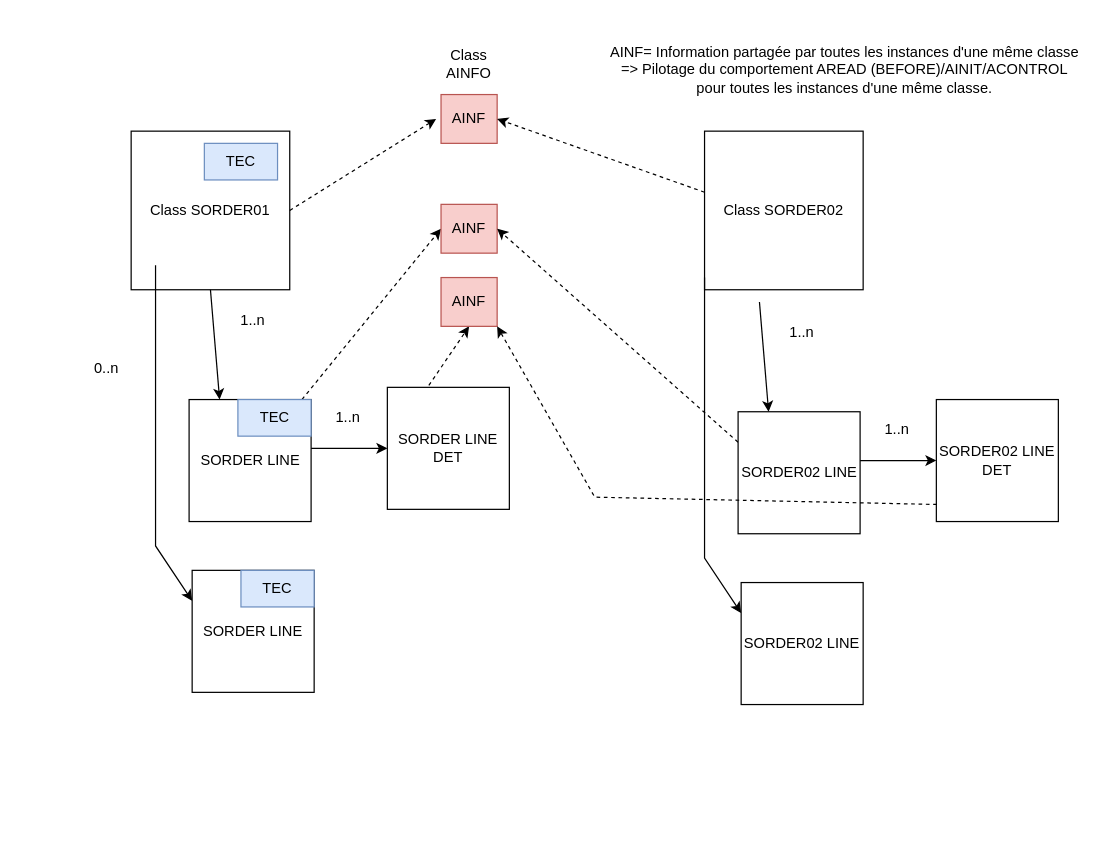
The draw.io diagram lazy_loading.drawio in Sage-X3-Center-of-Excellence/fra-ermewa-tf-02-perf_core-lazy_loading, before the edit. Source tidied: cells renumbered, new cells numbered last; positions are measured from the earlier drawing's top-left corner, leaving out a move shared by most shapes. Both pictures are drawn from the tidied source at 122%, with x=0, y=0 at pixel (70, 21).
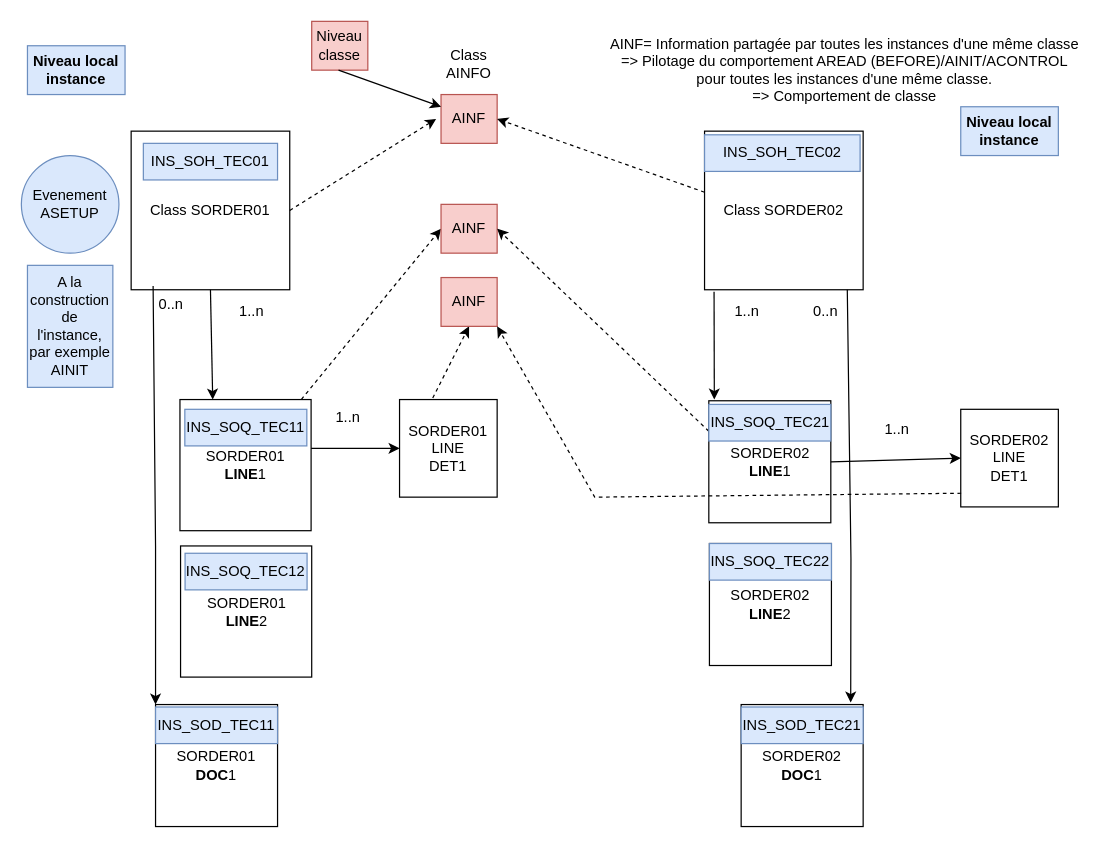
After the change.

The change refers to these unchanged cells:
```xml
<mxCell id="16" value="AINF" style="rounded=0;whiteSpace=wrap;html=1;fillColor=#f8cecc;strokeColor=#b85450;" parent="1" vertex="1">
  <mxGeometry x="304" y="60" width="46" height="40" as="geometry" />
</mxCell>
<mxCell id="18" value="Class SORDER02" style="whiteSpace=wrap;html=1;" parent="1" vertex="1">
  <mxGeometry x="520" y="90" width="130" height="130" as="geometry" />
</mxCell>
```

The edit, as a diff of the source:
```diff
@@
-    <mxCell id="3" value="SORDER LINE" style="whiteSpace=wrap;html=1;" parent="1" vertex="1">
-      <mxGeometry x="97.5" y="310" width="100" height="100" as="geometry" />
+    <mxCell id="3" value="SORDER01 &lt;br&gt;&lt;b&gt;LINE&lt;/b&gt;1" style="whiteSpace=wrap;html=1;" parent="1" vertex="1">
+      <mxGeometry x="90" y="310" width="107.5" height="107.5" as="geometry" />
     </mxCell>
-    <mxCell id="4" value="SORDER LINE" style="whiteSpace=wrap;html=1;" parent="1" vertex="1">
-      <mxGeometry x="100" y="450" width="100" height="100" as="geometry" />
+    <mxCell id="4" value="SORDER01 &lt;b&gt;DOC&lt;/b&gt;1" style="whiteSpace=wrap;html=1;" parent="1" vertex="1">
+      <mxGeometry x="70" y="560" width="100" height="100" as="geometry" />
     </mxCell>
@@
-    <mxCell id="7" value="AINF= Information partagée par toutes les instances d'une même classe&lt;br&gt;=&amp;gt; Pilotage du comportement AREAD (BEFORE)/AINIT/ACONTROL pour toutes les instances d'une même classe." style="text;html=1;align=center;verticalAlign=middle;whiteSpace=wrap;rounded=0;" parent="1" vertex="1">
+    <mxCell id="7" value="AINF= Information partagée par toutes les instances d'une même classe&lt;br&gt;=&amp;gt; Pilotage du comportement AREAD (BEFORE)/AINIT/ACONTROL pour toutes les instances d'une même classe.&lt;br&gt;=&amp;gt; Comportement de classe" style="text;html=1;align=center;verticalAlign=middle;whiteSpace=wrap;rounded=0;" parent="1" vertex="1">
       <mxGeometry x="440" width="390" height="80" as="geometry" />
     </mxCell>
     <mxCell id="8" value="1..n" style="text;html=1;align=center;verticalAlign=middle;whiteSpace=wrap;rounded=0;" parent="1" vertex="1">
-      <mxGeometry x="120" y="230" width="60" height="30" as="geometry" />
+      <mxGeometry x="119" y="223" width="60" height="30" as="geometry" />
     </mxCell>
-    <mxCell id="9" style="endArrow=classic;html=1;rounded=0;exitX=0.25;exitY=1;exitDx=0;exitDy=0;entryX=0;entryY=0.25;entryDx=0;entryDy=0;" parent="1" edge="1" target="4">
+    <mxCell id="9" style="endArrow=classic;html=1;rounded=0;exitX=0.25;exitY=0;exitDx=0;exitDy=0;entryX=0;entryY=0;entryDx=0;entryDy=0;" parent="1" edge="1" source="10" target="4">
       <mxGeometry relative="1" as="geometry">
-        <mxPoint x="70" y="200" as="sourcePoint" />
         <Array as="points">
           <mxPoint x="70" y="430" />
         </Array>
       </mxGeometry>
     </mxCell>
     <mxCell id="10" value="0..n" style="text;html=1;align=center;verticalAlign=middle;whiteSpace=wrap;rounded=0;" parent="1" vertex="1">
-      <mxGeometry y="270" width="60" height="30" as="geometry" />
+      <mxGeometry x="53" y="217" width="60" height="30" as="geometry" />
     </mxCell>
-    <mxCell id="11" value="SORDER LINE&lt;br&gt;DET" style="whiteSpace=wrap;html=1;" parent="1" vertex="1">
-      <mxGeometry x="260" y="300" width="100" height="100" as="geometry" />
+    <mxCell id="11" value="SORDER01 &lt;br&gt;LINE&lt;br&gt;DET1" style="whiteSpace=wrap;html=1;" parent="1" vertex="1">
+      <mxGeometry x="270" y="310" width="80" height="80" as="geometry" />
     </mxCell>
@@
-    <mxCell id="22" value="SORDER02 LINE" style="whiteSpace=wrap;html=1;" parent="1" vertex="1">
-      <mxGeometry x="547.5" y="320" width="100" height="100" as="geometry" />
+    <mxCell id="22" value="SORDER02 &lt;b&gt;LINE&lt;/b&gt;1" style="whiteSpace=wrap;html=1;" parent="1" vertex="1">
+      <mxGeometry x="523.5" y="311" width="100" height="100" as="geometry" />
     </mxCell>
-    <mxCell id="23" value="SORDER02 LINE" style="whiteSpace=wrap;html=1;" parent="1" vertex="1">
-      <mxGeometry x="550" y="460" width="100" height="100" as="geometry" />
+    <mxCell id="23" value="SORDER02 &lt;br&gt;&lt;b&gt;LINE&lt;/b&gt;2" style="whiteSpace=wrap;html=1;" parent="1" vertex="1">
+      <mxGeometry x="524" y="428" width="100" height="100" as="geometry" />
     </mxCell>
-    <mxCell id="24" style="endArrow=classic;html=1;rounded=0;exitX=0.5;exitY=1;exitDx=0;exitDy=0;entryX=0.25;entryY=0;entryDx=0;entryDy=0;" parent="1" edge="1" target="22">
+    <mxCell id="24" style="endArrow=classic;html=1;rounded=0;exitX=0.06;exitY=1.012;exitDx=0;exitDy=0;exitPerimeter=0;" parent="1" edge="1" source="18">
       <mxGeometry relative="1" as="geometry">
-        <mxPoint x="565" y="230" as="sourcePoint" />
+        <mxPoint x="528" y="310" as="targetPoint" />
       </mxGeometry>
     </mxCell>
     <mxCell id="25" value="1..n" style="text;html=1;align=center;verticalAlign=middle;whiteSpace=wrap;rounded=0;" parent="1" vertex="1">
-      <mxGeometry x="570" y="240" width="60" height="30" as="geometry" />
+      <mxGeometry x="535" y="223" width="40" height="30" as="geometry" />
     </mxCell>
-    <mxCell id="26" style="endArrow=classic;html=1;rounded=0;exitX=0.25;exitY=1;exitDx=0;exitDy=0;entryX=0;entryY=0.25;entryDx=0;entryDy=0;" parent="1" edge="1" target="23">
-      <mxGeometry relative="1" as="geometry">
-        <mxPoint x="520" y="210" as="sourcePoint" />
-        <Array as="points">
-          <mxPoint x="520" y="440" />
-        </Array>
-      </mxGeometry>
-    </mxCell>
-    <mxCell id="27" value="SORDER02 LINE&lt;br&gt;DET" style="whiteSpace=wrap;html=1;" parent="1" vertex="1">
-      <mxGeometry x="710" y="310" width="100" height="100" as="geometry" />
+    <mxCell id="27" value="SORDER02 &lt;br&gt;LINE&lt;br&gt;DET1" style="whiteSpace=wrap;html=1;" parent="1" vertex="1">
+      <mxGeometry x="730" y="318" width="80" height="80" as="geometry" />
     </mxCell>
-    <mxCell id="28" style="endArrow=classic;html=1;rounded=0;exitX=0.5;exitY=1;exitDx=0;exitDy=0;entryX=0;entryY=0.5;entryDx=0;entryDy=0;" parent="1" edge="1" target="27">
-      <mxGeometry relative="1" as="geometry">
-        <mxPoint x="647.5" y="360" as="sourcePoint" />
-      </mxGeometry>
+    <mxCell id="28" style="endArrow=classic;html=1;rounded=0;exitX=1;exitY=0.5;exitDx=0;exitDy=0;entryX=0;entryY=0.5;entryDx=0;entryDy=0;" parent="1" edge="1" source="22" target="27">
+      <mxGeometry relative="1" as="geometry" />
     </mxCell>
@@
-    <mxCell id="32" value="TEC" style="rounded=0;whiteSpace=wrap;html=1;fillColor=#dae8fc;strokeColor=#6c8ebf;" parent="1" vertex="1">
-      <mxGeometry x="110" y="100" width="60" height="30" as="geometry" />
+    <mxCell id="32" value="INS_SOH_TEC01" style="rounded=0;whiteSpace=wrap;html=1;fillColor=#dae8fc;strokeColor=#6c8ebf;" parent="1" vertex="1">
+      <mxGeometry x="60" y="100" width="110" height="30" as="geometry" />
     </mxCell>
-    <mxCell id="33" value="TEC" style="rounded=0;whiteSpace=wrap;html=1;fillColor=#dae8fc;strokeColor=#6c8ebf;" parent="1" vertex="1">
-      <mxGeometry x="137.5" y="310" width="60" height="30" as="geometry" />
+    <mxCell id="33" value="INS_SOQ_TEC11" style="rounded=0;whiteSpace=wrap;html=1;fillColor=#dae8fc;strokeColor=#6c8ebf;" parent="1" vertex="1">
+      <mxGeometry x="94" y="318" width="100" height="30" as="geometry" />
     </mxCell>
-    <mxCell id="34" value="TEC" style="rounded=0;whiteSpace=wrap;html=1;fillColor=#dae8fc;strokeColor=#6c8ebf;" parent="1" vertex="1">
-      <mxGeometry x="140" y="450" width="60" height="30" as="geometry" />
+    <mxCell id="34" value="INS_SOD_TEC11" style="rounded=0;whiteSpace=wrap;html=1;fillColor=#dae8fc;strokeColor=#6c8ebf;" parent="1" vertex="1">
+      <mxGeometry x="70" y="562" width="100" height="30" as="geometry" />
     </mxCell>
+    <mxCell id="35" value="Niveau local instance" style="rounded=0;whiteSpace=wrap;html=1;fontStyle=1;fillColor=#dae8fc;strokeColor=#6c8ebf;" parent="1" vertex="1">
+      <mxGeometry x="-35" y="20" width="80" height="40" as="geometry" />
+    </mxCell>
+    <mxCell id="36" value="INS_SOH_TEC02" style="rounded=0;whiteSpace=wrap;html=1;fillColor=#dae8fc;strokeColor=#6c8ebf;" parent="1" vertex="1">
+      <mxGeometry x="520" y="93" width="127.5" height="30" as="geometry" />
+    </mxCell>
+    <mxCell id="37" value="Niveau local instance" style="rounded=0;whiteSpace=wrap;html=1;fontStyle=1;fillColor=#dae8fc;strokeColor=#6c8ebf;" parent="1" vertex="1">
+      <mxGeometry x="730" y="70" width="80" height="40" as="geometry" />
+    </mxCell>
+    <mxCell id="38" value="INS_SOQ_TEC21" style="rounded=0;whiteSpace=wrap;html=1;fillColor=#dae8fc;strokeColor=#6c8ebf;" parent="1" vertex="1">
+      <mxGeometry x="523.5" y="314" width="100" height="30" as="geometry" />
+    </mxCell>
+    <mxCell id="39" value="INS_SOQ_TEC22" style="rounded=0;whiteSpace=wrap;html=1;fillColor=#dae8fc;strokeColor=#6c8ebf;" parent="1" vertex="1">
+      <mxGeometry x="524" y="428" width="100" height="30" as="geometry" />
+    </mxCell>
+    <mxCell id="40" value="Niveau classe" style="rounded=0;whiteSpace=wrap;html=1;fillColor=#f8cecc;strokeColor=#b85450;" parent="1" vertex="1">
+      <mxGeometry x="198" width="46" height="40" as="geometry" />
+    </mxCell>
+    <mxCell id="41" style="endArrow=classic;html=1;rounded=0;exitX=1;exitY=0.5;exitDx=0;exitDy=0;entryX=0;entryY=0.25;entryDx=0;entryDy=0;" parent="1" edge="1" target="16">
+      <mxGeometry relative="1" as="geometry">
+        <mxPoint x="220" y="40" as="sourcePoint" />
+      </mxGeometry>
+    </mxCell>
+    <mxCell id="42" value="Evenement&lt;br&gt;ASETUP" style="ellipse;whiteSpace=wrap;html=1;fillColor=#dae8fc;strokeColor=#6c8ebf;" parent="1" vertex="1">
+      <mxGeometry x="-40" y="110" width="80" height="80" as="geometry" />
+    </mxCell>
+    <mxCell id="43" value="A la construction de l'instance,&lt;br&gt;par exemple AINIT" style="text;html=1;align=center;verticalAlign=middle;whiteSpace=wrap;rounded=0;fillColor=#dae8fc;strokeColor=#6c8ebf;" parent="1" vertex="1">
+      <mxGeometry x="-35" y="200" width="70" height="100" as="geometry" />
+    </mxCell>
+    <mxCell id="44" value="SORDER01 &lt;br&gt;&lt;b&gt;LINE&lt;/b&gt;2" style="whiteSpace=wrap;html=1;" parent="1" vertex="1">
+      <mxGeometry x="90.5" y="430" width="107.5" height="107.5" as="geometry" />
+    </mxCell>
+    <mxCell id="45" value="INS_SOQ_TEC12" style="rounded=0;whiteSpace=wrap;html=1;fillColor=#dae8fc;strokeColor=#6c8ebf;" parent="1" vertex="1">
+      <mxGeometry x="94.2" y="436" width="100" height="30" as="geometry" />
+    </mxCell>
+    <mxCell id="46" value="SORDER02 &lt;b&gt;DOC&lt;/b&gt;1" style="whiteSpace=wrap;html=1;" parent="1" vertex="1">
+      <mxGeometry x="550" y="560" width="100" height="100" as="geometry" />
+    </mxCell>
+    <mxCell id="47" style="endArrow=classic;html=1;rounded=0;exitX=0.9;exitY=1;exitDx=0;exitDy=0;entryX=0.898;entryY=-0.016;entryDx=0;entryDy=0;exitPerimeter=0;entryPerimeter=0;" parent="1" edge="1" source="18" target="46">
+      <mxGeometry relative="1" as="geometry">
+        <Array as="points">
+          <mxPoint x="640" y="440" />
+        </Array>
+      </mxGeometry>
+    </mxCell>
+    <mxCell id="48" value="0..n" style="text;html=1;align=center;verticalAlign=middle;whiteSpace=wrap;rounded=0;" parent="1" vertex="1">
+      <mxGeometry x="597.5" y="223" width="42.5" height="30" as="geometry" />
+    </mxCell>
+    <mxCell id="49" value="INS_SOD_TEC21" style="rounded=0;whiteSpace=wrap;html=1;fillColor=#dae8fc;strokeColor=#6c8ebf;" parent="1" vertex="1">
+      <mxGeometry x="550" y="562" width="100" height="30" as="geometry" />
+    </mxCell>
```
